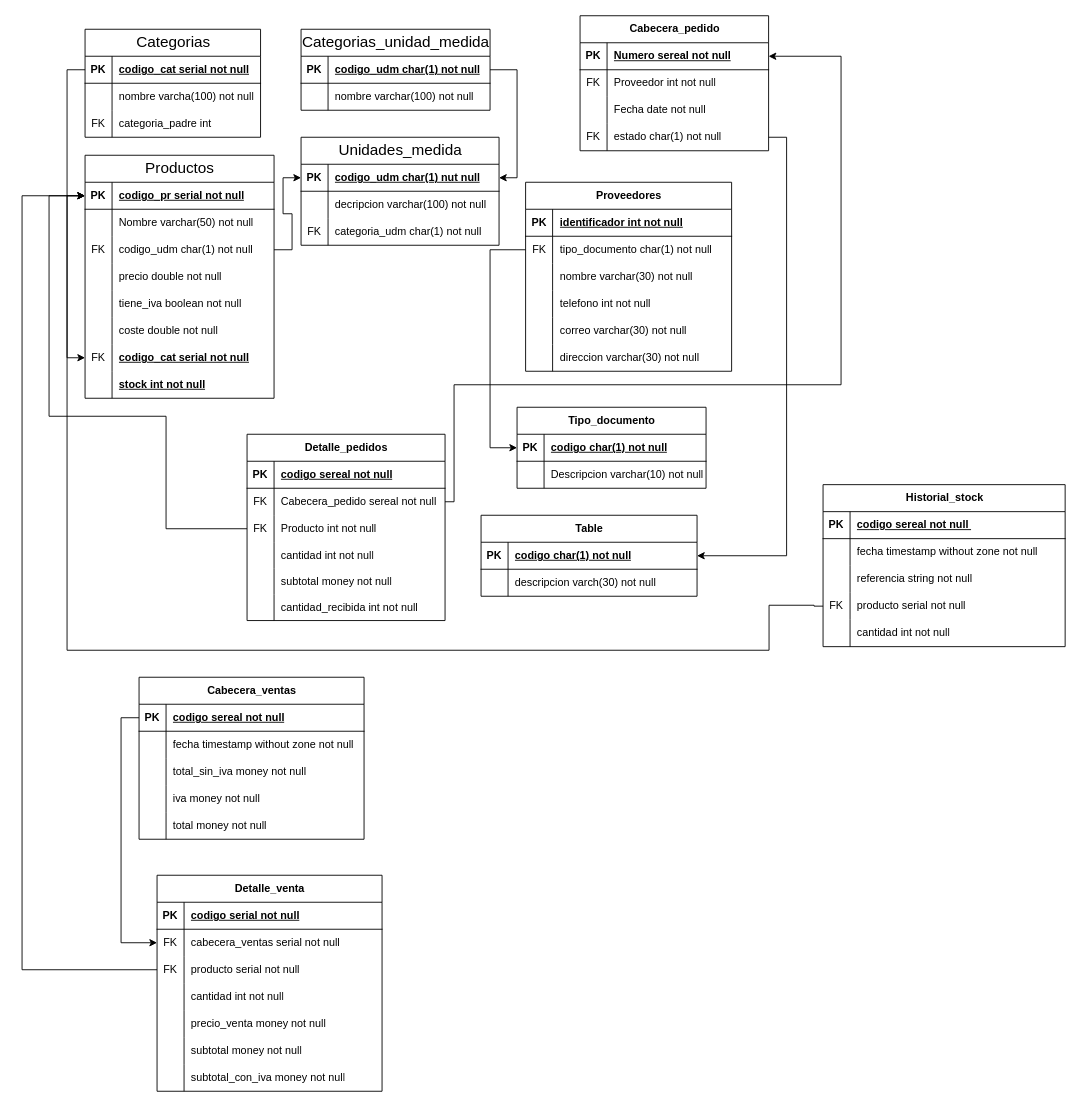
Above: DDF/inventario.drawio in JoseAndresVR/Mod3 (draw.io), before the change. Source tidied: cells renumbered, new cells numbered last; positions are measured from the earlier drawing's top-left corner, leaving out a move shared by most shapes. Both pictures are drawn from the tidied source at 90%, with x=0, y=0 at pixel (22, 15).
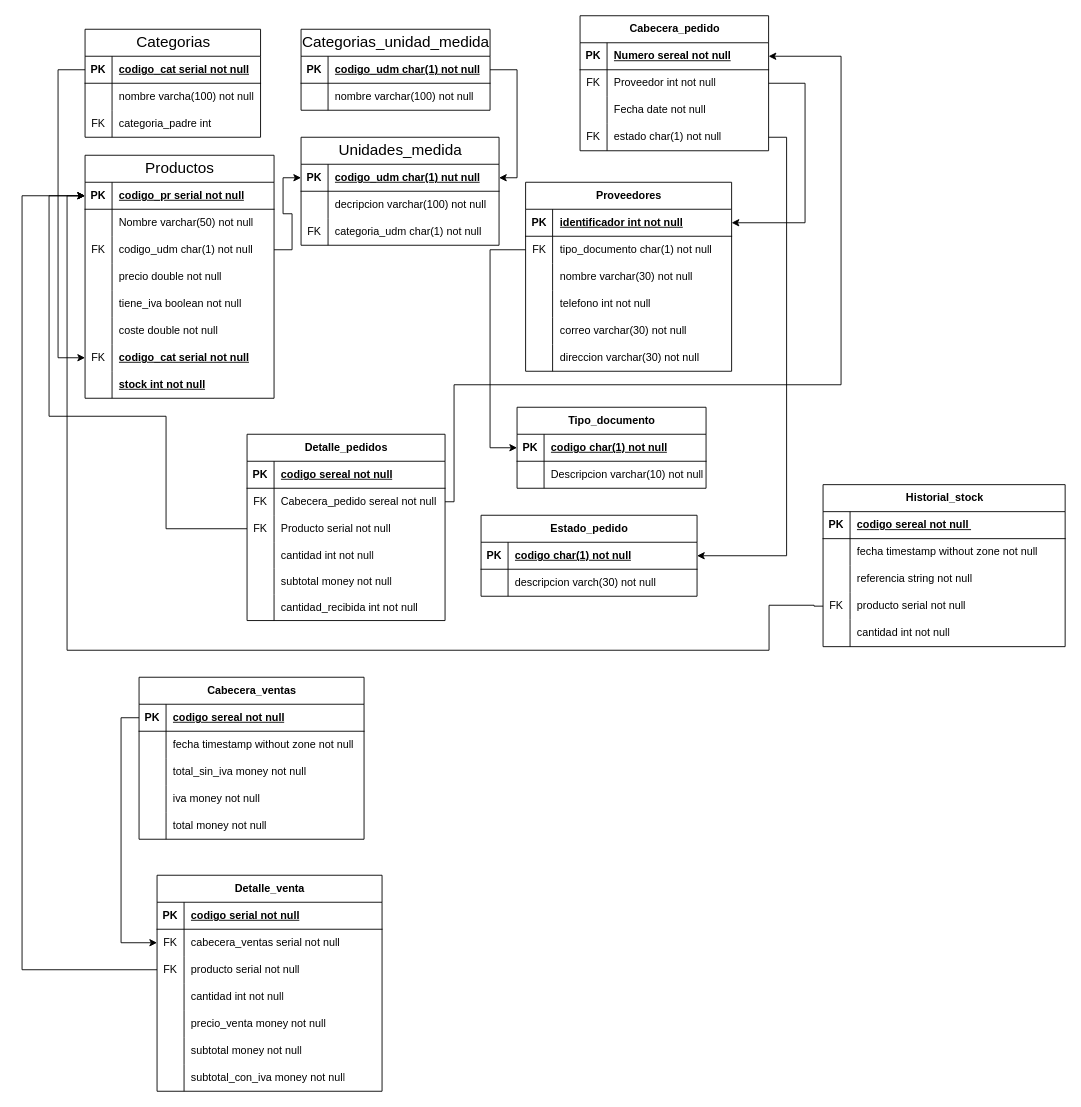
The same diagram, later.

The change refers to these unchanged cells:
```xml
<mxCell id="3" style="shape=tableRow;horizontal=0;startSize=0;swimlaneHead=0;swimlaneBody=0;fillColor=none;points=[[0,0.5],[1,0.5]];portConstraint=eastwest;top=0;left=0;right=0;bottom=1;" parent="2" vertex="1">
  <mxGeometry y="30" width="195" height="30" as="geometry" />
</mxCell>
<mxCell id="48" style="shape=tableRow;horizontal=0;startSize=0;swimlaneHead=0;swimlaneBody=0;fillColor=none;points=[[0,0.5],[1,0.5]];portConstraint=eastwest;top=0;left=0;right=0;bottom=0;" parent="29" vertex="1">
  <mxGeometry y="210" width="210" height="30" as="geometry" />
</mxCell>
<mxCell id="71" style="shape=tableRow;horizontal=0;startSize=0;swimlaneHead=0;swimlaneBody=0;fillColor=none;points=[[0,0.5],[1,0.5]];portConstraint=eastwest;top=0;left=0;right=0;bottom=0;" parent="64" vertex="1">
  <mxGeometry y="90" width="220" height="30" as="geometry" />
</mxCell>
<mxCell id="87" style="shape=tableRow;horizontal=0;startSize=0;swimlaneHead=0;swimlaneBody=0;fillColor=none;points=[[0,0.5],[1,0.5]];portConstraint=eastwest;top=0;left=0;right=0;bottom=0;" parent="83" vertex="1">
  <mxGeometry y="60" width="209.5" height="30" as="geometry" />
</mxCell>
<mxCell id="99" style="shape=tableRow;horizontal=0;startSize=0;swimlaneHead=0;swimlaneBody=0;fillColor=none;points=[[0,0.5],[1,0.5]];portConstraint=eastwest;top=0;left=0;right=0;bottom=1;" parent="98" vertex="1">
  <mxGeometry y="30" width="228.9" height="30" as="geometry" />
</mxCell>
```

Change to the diagram source:
```diff
@@
     <mxCell id="55" style="edgeStyle=orthogonalEdgeStyle;rounded=0;jettySize=auto;html=1;exitX=0;exitY=0.5;exitDx=0;exitDy=0;entryX=0;entryY=0.5;entryDx=0;entryDy=0;" parent="1" edge="1" source="3" target="48">
-      <mxGeometry relative="1" as="geometry" />
+      <mxGeometry relative="1" as="geometry">
+        <Array as="points">
+          <mxPoint x="40" y="60" />
+          <mxPoint x="40" y="380" />
+        </Array>
+      </mxGeometry>
     </mxCell>
@@
-    <mxCell id="73" value="Producto int not null" style="shape=partialRectangle;fillColor=none;top=0;left=0;bottom=0;right=0;align=left;spacingLeft=6;overflow=hidden;whiteSpace=wrap;html=1;" parent="71" vertex="1">
+    <mxCell id="73" value="Producto serial not null" style="shape=partialRectangle;fillColor=none;top=0;left=0;bottom=0;right=0;align=left;spacingLeft=6;overflow=hidden;whiteSpace=wrap;html=1;" parent="71" vertex="1">
       <mxGeometry x="30" width="190" height="30" as="geometry" />
     </mxCell>
@@
-    <mxCell id="118" value="Table" style="shape=table;startSize=30;childLayout=tableLayout;rowLines=0;fontStyle=1;align=center;html=1;" parent="1" vertex="1">
+    <mxCell id="118" value="Estado_pedido" style="shape=table;startSize=30;childLayout=tableLayout;rowLines=0;fontStyle=1;align=center;html=1;" parent="1" vertex="1">
       <mxGeometry x="510" y="555" width="240" height="90" as="geometry" />
     </mxCell>
@@
+    <mxCell id="183" style="edgeStyle=orthogonalEdgeStyle;rounded=0;jettySize=auto;html=1;exitX=1;exitY=0.5;exitDx=0;exitDy=0;entryX=1;entryY=0.5;entryDx=0;entryDy=0;" parent="1" edge="1" source="87" target="99">
+      <mxGeometry relative="1" as="geometry">
+        <Array as="points">
+          <mxPoint x="870" y="75" />
+          <mxPoint x="870" y="230" />
+        </Array>
+      </mxGeometry>
+    </mxCell>
```
